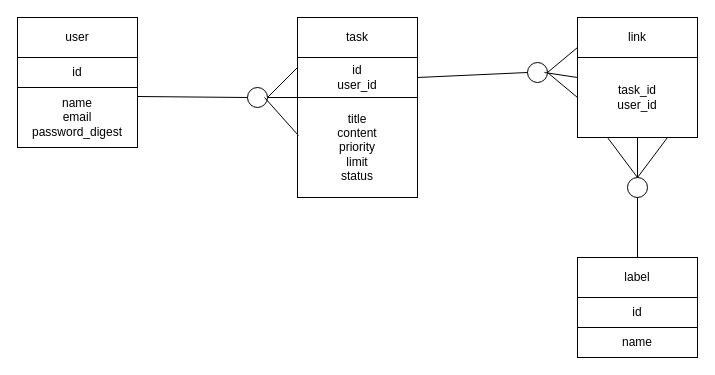
7sprinkle/manyo_exam keeps this draw.io diagram as docs/er.drawio. Above is the earlier version. Source tidied: cells renumbered, new cells numbered last; positions are measured from the earlier drawing's top-left corner, leaving out a move shared by most shapes. Both pictures are drawn from the tidied source at 100%, with x=0, y=0 at pixel (17, 17).
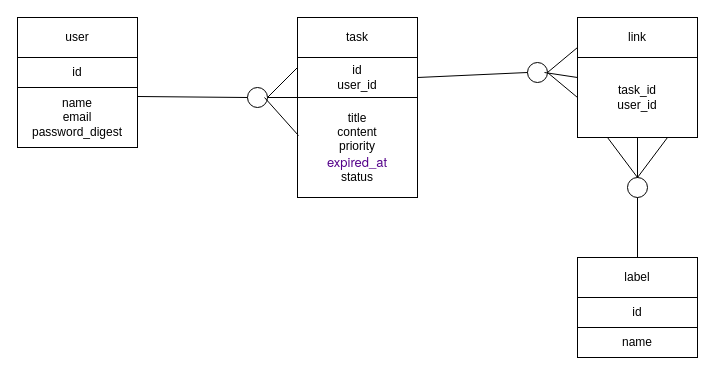
Above is the later version.

The edit, as a diff of the source:
```diff
@@
-    <mxCell id="10" value="title&lt;br&gt;content&lt;br&gt;priority&lt;br&gt;limit&lt;br&gt;status" style="rounded=0;whiteSpace=wrap;html=1;shadow=0;" parent="1" vertex="1">
+    <mxCell id="10" value="title&lt;br&gt;content&lt;br&gt;priority&lt;br&gt;&lt;p class=&quot;p1&quot; style=&quot;margin: 0px ; font-stretch: normal ; font-size: 13px ; line-height: normal ; font-family: &amp;#34;helvetica neue&amp;#34; ; color: rgb(84 , 0 , 138)&quot;&gt;&lt;/p&gt;&lt;span style=&quot;color: rgb(84 , 0 , 138) ; font-family: &amp;#34;helvetica neue&amp;#34; ; font-size: 13px&quot;&gt;expired_at&lt;br&gt;&lt;/span&gt;status" style="rounded=0;whiteSpace=wrap;html=1;shadow=0;" parent="1" vertex="1">
       <mxGeometry x="280" y="80" width="120" height="100" as="geometry" />
     </mxCell>
```
